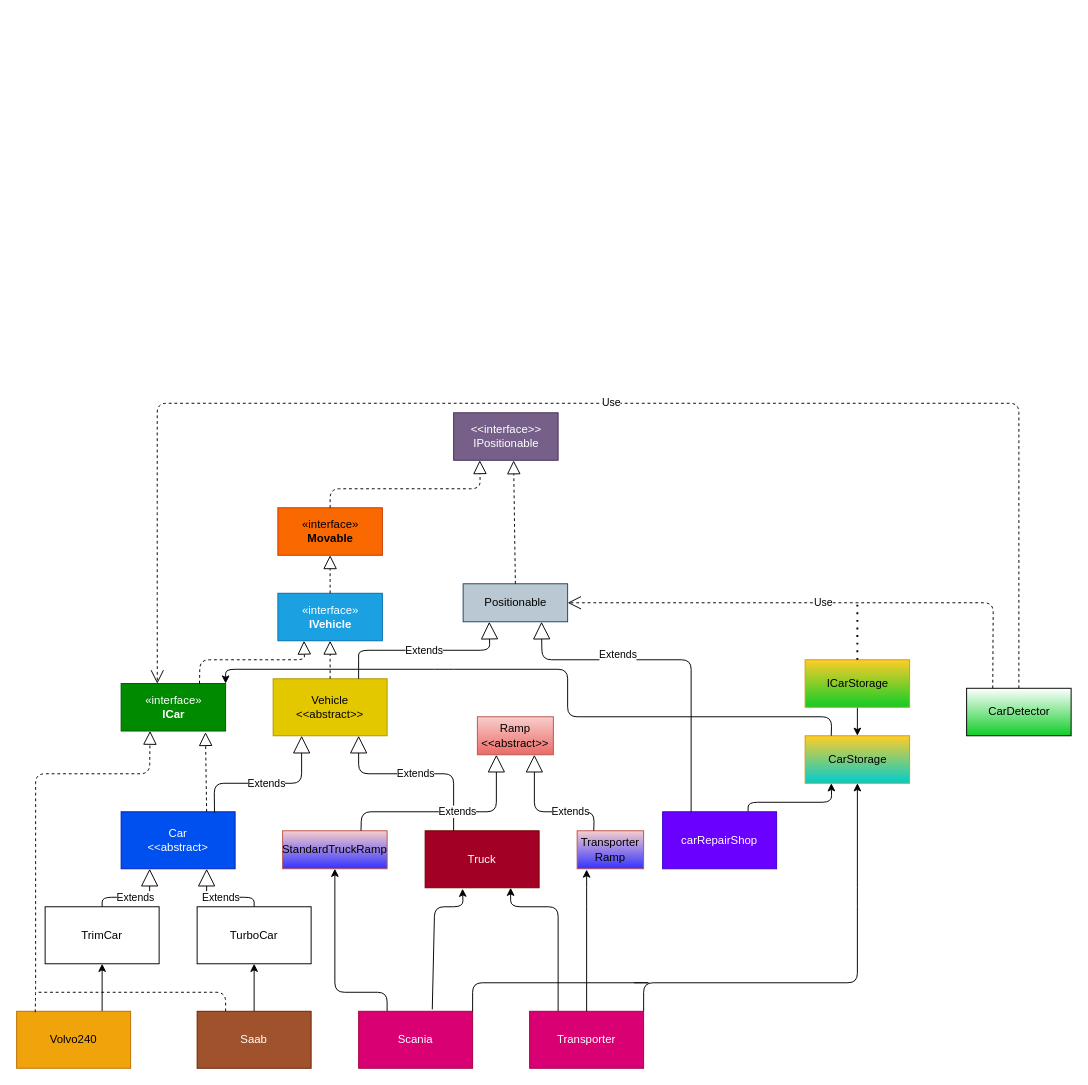
linuskar/TDA553-lab3 keeps this draw.io diagram as page "Before (Simplified)" (1 of 3) of lab2_uml_diagram.drawio. Above is the earlier version. Source tidied: cells renumbered, new cells numbered last; positions are measured from the earlier drawing's top-left corner, leaving out a move shared by most shapes. Both pictures are drawn from the tidied source at 95%, with x=0, y=0 at pixel (16, 403).
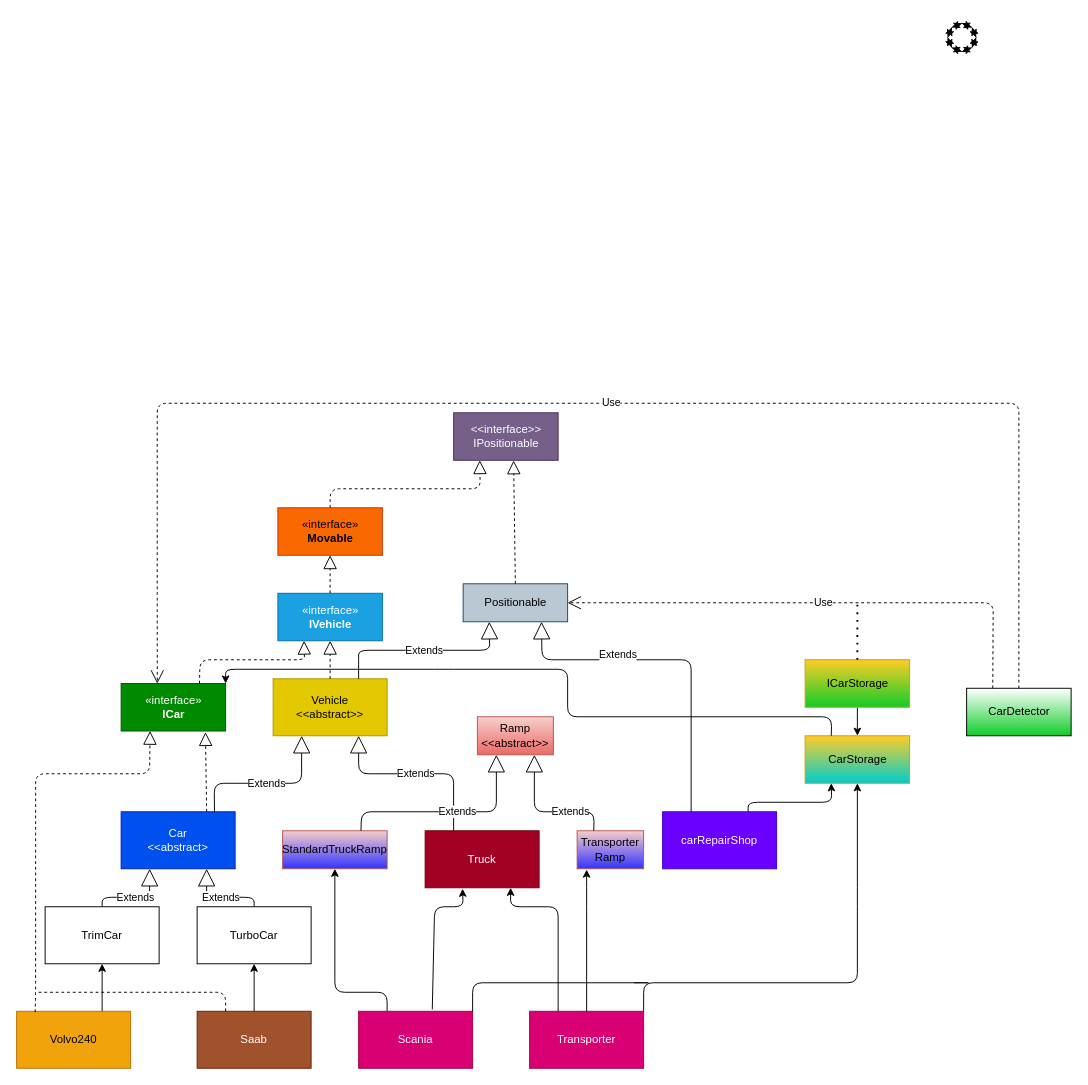
The same page after the edit.

The edit, as a diff of the source:
```diff
@@
+    <mxCell id="53" style="edgeStyle=none;html=1;exitX=1;exitY=1;exitDx=0;exitDy=0;entryX=0.5;entryY=1;entryDx=0;entryDy=0;" parent="1" edge="1">
+      <mxGeometry relative="1" as="geometry">
+        <mxPoint x="1005.6" y="-374.4" as="sourcePoint" />
+        <mxPoint x="995" y="-370" as="targetPoint" />
+      </mxGeometry>
+    </mxCell>
+    <mxCell id="54" style="edgeStyle=none;html=1;exitX=1;exitY=0;exitDx=0;exitDy=0;entryX=1;entryY=0.5;entryDx=0;entryDy=0;" parent="1" edge="1">
+      <mxGeometry relative="1" as="geometry">
+        <mxPoint x="1005.6" y="-395.6" as="sourcePoint" />
+        <mxPoint x="1010" y="-385" as="targetPoint" />
+      </mxGeometry>
+    </mxCell>
+    <mxCell id="55" style="edgeStyle=none;html=1;exitX=1;exitY=0.5;exitDx=0;exitDy=0;entryX=1;entryY=1;entryDx=0;entryDy=0;" parent="1" edge="1">
+      <mxGeometry relative="1" as="geometry">
+        <mxPoint x="1010" y="-385" as="sourcePoint" />
+        <mxPoint x="1005.6" y="-374.4" as="targetPoint" />
+      </mxGeometry>
+    </mxCell>
+    <mxCell id="56" style="edgeStyle=none;html=1;exitX=0.5;exitY=1;exitDx=0;exitDy=0;entryX=0;entryY=1;entryDx=0;entryDy=0;" parent="1" edge="1">
+      <mxGeometry relative="1" as="geometry">
+        <mxPoint x="995" y="-370" as="sourcePoint" />
+        <mxPoint x="984.4" y="-374.4" as="targetPoint" />
+      </mxGeometry>
+    </mxCell>
+    <mxCell id="57" style="edgeStyle=none;html=1;exitX=0.5;exitY=0;exitDx=0;exitDy=0;entryX=1;entryY=0;entryDx=0;entryDy=0;" parent="1" edge="1">
+      <mxGeometry relative="1" as="geometry">
+        <mxPoint x="995" y="-400" as="sourcePoint" />
+        <mxPoint x="1005.6" y="-395.6" as="targetPoint" />
+      </mxGeometry>
+    </mxCell>
+    <mxCell id="58" style="edgeStyle=none;html=1;exitX=0;exitY=0.5;exitDx=0;exitDy=0;entryX=0;entryY=0;entryDx=0;entryDy=0;" parent="1" edge="1">
+      <mxGeometry relative="1" as="geometry">
+        <mxPoint x="980" y="-385" as="sourcePoint" />
+        <mxPoint x="984.4" y="-395.6" as="targetPoint" />
+      </mxGeometry>
+    </mxCell>
+    <mxCell id="59" style="edgeStyle=none;html=1;exitX=0;exitY=1;exitDx=0;exitDy=0;entryX=0;entryY=0.5;entryDx=0;entryDy=0;" parent="1" edge="1">
+      <mxGeometry relative="1" as="geometry">
+        <mxPoint x="984.4" y="-374.4" as="sourcePoint" />
+        <mxPoint x="980" y="-385" as="targetPoint" />
+      </mxGeometry>
+    </mxCell>
+    <mxCell id="60" style="edgeStyle=none;html=1;exitX=0;exitY=0;exitDx=0;exitDy=0;entryX=0.5;entryY=0;entryDx=0;entryDy=0;" parent="1" edge="1">
+      <mxGeometry relative="1" as="geometry">
+        <mxPoint x="984.4" y="-395.6" as="sourcePoint" />
+        <mxPoint x="995" y="-400" as="targetPoint" />
+      </mxGeometry>
+    </mxCell>
+    <mxCell id="61" style="edgeStyle=none;html=1;exitX=0.5;exitY=1;exitDx=0;exitDy=0;entryX=1;entryY=1;entryDx=0;entryDy=0;" parent="1" edge="1">
+      <mxGeometry relative="1" as="geometry">
+        <mxPoint x="995" y="-370" as="sourcePoint" />
+        <mxPoint x="1005.6" y="-374.4" as="targetPoint" />
+      </mxGeometry>
+    </mxCell>
+    <mxCell id="62" style="edgeStyle=none;html=1;exitX=1;exitY=0.5;exitDx=0;exitDy=0;entryX=1;entryY=0;entryDx=0;entryDy=0;" parent="1" edge="1">
+      <mxGeometry relative="1" as="geometry">
+        <mxPoint x="1010" y="-385" as="sourcePoint" />
+        <mxPoint x="1005.6" y="-395.6" as="targetPoint" />
+      </mxGeometry>
+    </mxCell>
+    <mxCell id="63" style="edgeStyle=none;html=1;exitX=0.5;exitY=0;exitDx=0;exitDy=0;entryX=0;entryY=0;entryDx=0;entryDy=0;" parent="1" edge="1">
+      <mxGeometry relative="1" as="geometry">
+        <mxPoint x="995" y="-400" as="sourcePoint" />
+        <mxPoint x="984.4" y="-395.6" as="targetPoint" />
+      </mxGeometry>
+    </mxCell>
+    <mxCell id="64" style="edgeStyle=none;html=1;exitX=0;exitY=0.5;exitDx=0;exitDy=0;entryX=0;entryY=1;entryDx=0;entryDy=0;" parent="1" edge="1">
+      <mxGeometry relative="1" as="geometry">
+        <mxPoint x="980" y="-385" as="sourcePoint" />
+        <mxPoint x="984.4" y="-374.4" as="targetPoint" />
+      </mxGeometry>
+    </mxCell>
+    <mxCell id="65" style="edgeStyle=none;html=1;exitX=1;exitY=1;exitDx=0;exitDy=0;entryX=1;entryY=0.5;entryDx=0;entryDy=0;" parent="1" edge="1">
+      <mxGeometry relative="1" as="geometry">
+        <mxPoint x="1005.6" y="-374.4" as="sourcePoint" />
+        <mxPoint x="1010" y="-385" as="targetPoint" />
+      </mxGeometry>
+    </mxCell>
+    <mxCell id="66" style="edgeStyle=none;html=1;exitX=1;exitY=0;exitDx=0;exitDy=0;entryX=0.5;entryY=0;entryDx=0;entryDy=0;" parent="1" edge="1">
+      <mxGeometry relative="1" as="geometry">
+        <mxPoint x="1005.6" y="-395.6" as="sourcePoint" />
+        <mxPoint x="995" y="-400" as="targetPoint" />
+      </mxGeometry>
+    </mxCell>
+    <mxCell id="67" style="edgeStyle=none;html=1;exitX=0;exitY=0;exitDx=0;exitDy=0;entryX=0;entryY=0.5;entryDx=0;entryDy=0;" parent="1" edge="1">
+      <mxGeometry relative="1" as="geometry">
+        <mxPoint x="984.4" y="-395.6" as="sourcePoint" />
+        <mxPoint x="980" y="-385" as="targetPoint" />
+      </mxGeometry>
+    </mxCell>
+    <mxCell id="68" style="edgeStyle=none;html=1;exitX=0;exitY=1;exitDx=0;exitDy=0;entryX=0.5;entryY=1;entryDx=0;entryDy=0;" parent="1" edge="1">
+      <mxGeometry relative="1" as="geometry">
+        <mxPoint x="984.4" y="-374.4" as="sourcePoint" />
+        <mxPoint x="995" y="-370" as="targetPoint" />
+      </mxGeometry>
+    </mxCell>
```
